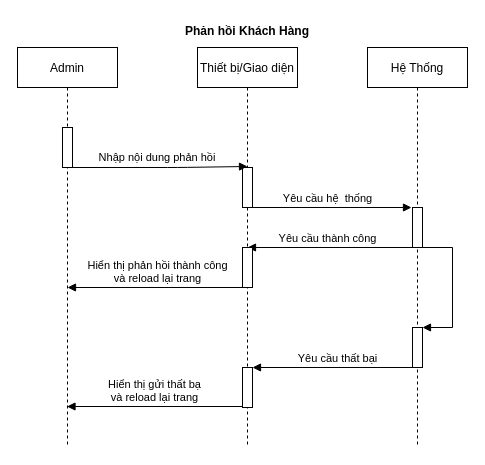
Before: Drawio/Admin_Feedback.drawio in LuanMinhNguyen/nhom2thuctapchuyennganh, a draw.io diagram. Source tidied: cells renumbered, new cells numbered last; positions are measured from the earlier drawing's top-left corner, leaving out a move shared by most shapes. Both pictures are drawn from the tidied source at 100%, with x=0, y=0 at pixel (17, 17).
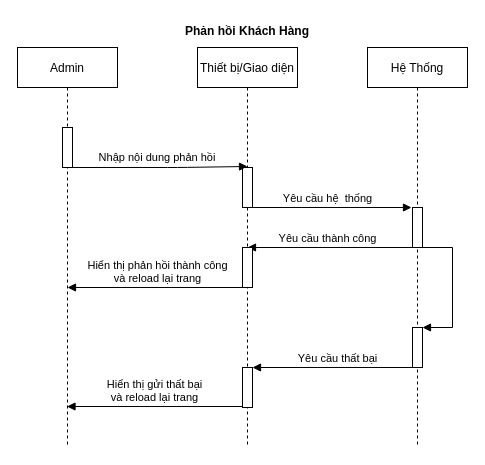
Above is the later version.

Commit message:
Admin_Feedback

Unchanged cells that the change refers to:
```xml
<mxCell id="2" value="Admin" style="shape=umlLifeline;perimeter=lifelinePerimeter;rounded=0;shadow=0;strokeWidth=1;" parent="1" vertex="1">
  <mxGeometry y="30" width="100" height="400" as="geometry" />
</mxCell>
```

Change to the diagram source:
```diff
@@
-    <mxCell id="17" value="Hiển thị gửi thất bạ&lt;br&gt;và reload lại trang" style="html=1;verticalAlign=bottom;endArrow=block;exitX=0.5;exitY=1;exitDx=0;exitDy=0;exitPerimeter=0;" parent="1" edge="1" target="2">
+    <mxCell id="17" value="Hiển thị gửi thất bại&lt;br&gt;và reload lại trang" style="html=1;verticalAlign=bottom;endArrow=block;exitX=0.5;exitY=1;exitDx=0;exitDy=0;exitPerimeter=0;" parent="1" edge="1" target="2">
       <mxGeometry relative="1" as="geometry">
         <mxPoint x="225" y="389" as="sourcePoint" />
       </mxGeometry>
     </mxCell>
```
